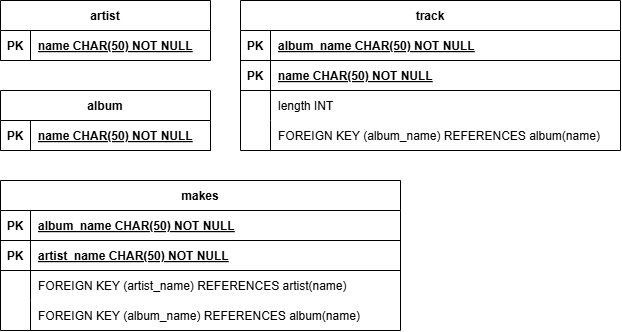
The draw.io diagram Lab_04/task1.png in wkwtfigo/Databases-Solutions, before a commit. Source tidied: cells renumbered, new cells last; positions are measured from the earlier drawing's top-left corner, leaving out a move shared by most shapes.
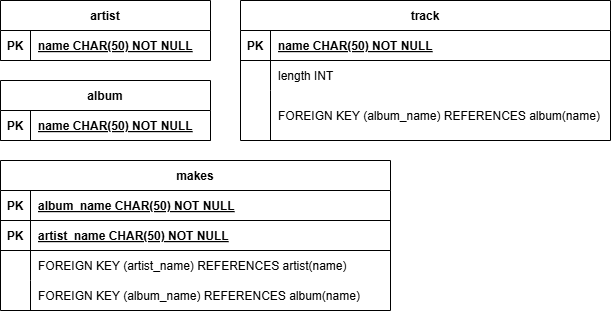
Above is the later version.

Commit message:
Update primary keys for task1

Change to the diagram source:
```diff
@@ -5,104 +5,95 @@
     <mxCell id="2" value="artist" style="shape=table;startSize=30;rowLines=0;fontStyle=1;align=center;" parent="1" vertex="1">
       <mxGeometry width="210" height="60" as="geometry" />
     </mxCell>
-    <mxCell id="3" style="shape=tableRow;horizontal=0;startSize=0;swimlaneHead=0;swimlaneBody=0;fillColor=none;strokeColor=inherit;top=0;left=0;right=0;bottom=1;" parent="2" vertex="1">
-      <mxGeometry y="30" width="210" height="30" as="geometry" />
-    </mxCell>
-    <mxCell id="4" value="PK" style="shape=partialRectangle;overflow=hidden;fillColor=none;strokeColor=inherit;top=0;left=0;bottom=0;right=0;fontStyle=1;" parent="3" vertex="1">
-      <mxGeometry width="30" height="30" as="geometry" />
-    </mxCell>
-    <mxCell id="5" value="name CHAR(50) NOT NULL" style="shape=partialRectangle;overflow=hidden;fillColor=none;align=left;strokeColor=inherit;top=0;left=0;bottom=0;right=0;spacingLeft=6;fontStyle=5;" parent="3" vertex="1">
-      <mxGeometry x="30" width="180" height="30" as="geometry" />
-    </mxCell>
+    <mxCell id="36" style="shape=tableRow;horizontal=0;startSize=0;swimlaneHead=0;swimlaneBody=0;fillColor=none;strokeColor=inherit;top=0;left=0;right=0;bottom=1;" parent="2" vertex="1">
+      <mxGeometry y="30" width="210" height="30" as="geometry" />
+    </mxCell>
+    <mxCell id="37" value="PK" style="shape=partialRectangle;overflow=hidden;fillColor=none;strokeColor=inherit;top=0;left=0;bottom=0;right=0;fontStyle=1;" parent="36" vertex="1">
+      <mxGeometry width="30" height="30" as="geometry" />
+    </mxCell>
+    <mxCell id="38" value="name CHAR(50) NOT NULL" style="shape=partialRectangle;overflow=hidden;fillColor=none;align=left;strokeColor=inherit;top=0;left=0;bottom=0;right=0;spacingLeft=6;fontStyle=5;" parent="36" vertex="1">
+      <mxGeometry x="30" width="180" height="30" as="geometry" />
+    </mxCell>
     <mxCell id="6" value="album" style="shape=table;startSize=30;rowLines=0;fontStyle=1;align=center;" parent="1" vertex="1">
-      <mxGeometry y="90" width="210" height="60" as="geometry" />
+      <mxGeometry y="80" width="210" height="60" as="geometry" />
     </mxCell>
-    <mxCell id="7" style="shape=tableRow;horizontal=0;startSize=0;swimlaneHead=0;swimlaneBody=0;fillColor=none;strokeColor=inherit;top=0;left=0;right=0;bottom=1;" parent="6" vertex="1">
-      <mxGeometry y="30" width="210" height="30" as="geometry" />
-    </mxCell>
-    <mxCell id="8" value="PK" style="shape=partialRectangle;overflow=hidden;fillColor=none;strokeColor=inherit;top=0;left=0;bottom=0;right=0;fontStyle=1;" parent="7" vertex="1">
-      <mxGeometry width="30" height="30" as="geometry" />
-    </mxCell>
-    <mxCell id="9" value="name CHAR(50) NOT NULL" style="shape=partialRectangle;overflow=hidden;fillColor=none;align=left;strokeColor=inherit;top=0;left=0;bottom=0;right=0;spacingLeft=6;fontStyle=5;" parent="7" vertex="1">
-      <mxGeometry x="30" width="180" height="30" as="geometry" />
-    </mxCell>
+    <mxCell id="39" style="shape=tableRow;horizontal=0;startSize=0;swimlaneHead=0;swimlaneBody=0;fillColor=none;strokeColor=inherit;top=0;left=0;right=0;bottom=1;" parent="6" vertex="1">
+      <mxGeometry y="30" width="210" height="30" as="geometry" />
+    </mxCell>
+    <mxCell id="40" value="PK" style="shape=partialRectangle;overflow=hidden;fillColor=none;strokeColor=inherit;top=0;left=0;bottom=0;right=0;fontStyle=1;" parent="39" vertex="1">
+      <mxGeometry width="30" height="30" as="geometry" />
+    </mxCell>
+    <mxCell id="41" value="name CHAR(50) NOT NULL" style="shape=partialRectangle;overflow=hidden;fillColor=none;align=left;strokeColor=inherit;top=0;left=0;bottom=0;right=0;spacingLeft=6;fontStyle=5;" parent="39" vertex="1">
+      <mxGeometry x="30" width="180" height="30" as="geometry" />
+    </mxCell>
     <mxCell id="10" value="track" style="shape=table;startSize=30;rowLines=0;fontStyle=1;align=center;" parent="1" vertex="1">
-      <mxGeometry x="240" width="380" height="150" as="geometry" />
+      <mxGeometry x="240" width="370" height="140" as="geometry" />
     </mxCell>
-    <mxCell id="11" style="shape=tableRow;horizontal=0;startSize=0;swimlaneHead=0;swimlaneBody=0;fillColor=none;strokeColor=inherit;top=0;left=0;right=0;bottom=1;" parent="10" vertex="1">
-      <mxGeometry y="30" width="380" height="30" as="geometry" />
-    </mxCell>
-    <mxCell id="12" value="PK" style="shape=partialRectangle;overflow=hidden;fillColor=none;strokeColor=inherit;top=0;left=0;bottom=0;right=0;fontStyle=1;" parent="11" vertex="1">
-      <mxGeometry width="30" height="30" as="geometry" />
-    </mxCell>
-    <mxCell id="13" value="album_name CHAR(50) NOT NULL" style="shape=partialRectangle;overflow=hidden;fillColor=none;align=left;strokeColor=inherit;top=0;left=0;bottom=0;right=0;spacingLeft=6;fontStyle=5;" parent="11" vertex="1">
-      <mxGeometry x="30" width="350" height="30" as="geometry" />
-    </mxCell>
-    <mxCell id="14" style="shape=tableRow;horizontal=0;startSize=0;swimlaneHead=0;swimlaneBody=0;fillColor=none;strokeColor=inherit;top=0;left=0;right=0;bottom=1;" parent="10" vertex="1">
-      <mxGeometry y="60" width="380" height="30" as="geometry" />
-    </mxCell>
-    <mxCell id="15" value="PK" style="shape=partialRectangle;overflow=hidden;fillColor=none;strokeColor=inherit;top=0;left=0;bottom=0;right=0;fontStyle=1;" parent="14" vertex="1">
-      <mxGeometry width="30" height="30" as="geometry" />
-    </mxCell>
+    <mxCell id="42" style="shape=tableRow;horizontal=0;startSize=0;swimlaneHead=0;swimlaneBody=0;fillColor=none;strokeColor=inherit;top=0;left=0;right=0;bottom=1;" parent="10" vertex="1">
+      <mxGeometry y="30" width="370" height="30" as="geometry" />
+    </mxCell>
+    <mxCell id="43" value="PK" style="shape=partialRectangle;overflow=hidden;fillColor=none;strokeColor=inherit;top=0;left=0;bottom=0;right=0;fontStyle=1;" parent="42" vertex="1">
+      <mxGeometry width="30" height="30" as="geometry" />
+    </mxCell>
-    <mxCell id="16" value="name CHAR(50) NOT NULL " style="shape=partialRectangle;overflow=hidden;fillColor=none;align=left;strokeColor=inherit;top=0;left=0;bottom=0;right=0;spacingLeft=6;fontStyle=5;" parent="14" vertex="1">
-      <mxGeometry x="30" width="350" height="30" as="geometry" />
+    <mxCell id="16" value="name CHAR(50) NOT NULL " style="shape=partialRectangle;overflow=hidden;fillColor=none;align=left;strokeColor=inherit;top=0;left=0;bottom=0;right=0;spacingLeft=6;fontStyle=5;" parent="42" vertex="1">
+      <mxGeometry x="30" width="340" height="30" as="geometry" />
     </mxCell>
-    <mxCell id="17" style="shape=tableRow;horizontal=0;startSize=0;swimlaneHead=0;swimlaneBody=0;fillColor=none;strokeColor=inherit;top=0;left=0;right=0;bottom=0;" parent="10" vertex="1">
-      <mxGeometry y="90" width="380" height="30" as="geometry" />
-    </mxCell>
-    <mxCell id="18" style="shape=partialRectangle;overflow=hidden;fillColor=none;strokeColor=inherit;top=0;left=0;bottom=0;right=0;" parent="17" vertex="1">
-      <mxGeometry width="30" height="30" as="geometry" />
-    </mxCell>
+    <mxCell id="44" style="shape=tableRow;horizontal=0;startSize=0;swimlaneHead=0;swimlaneBody=0;fillColor=none;strokeColor=inherit;top=0;left=0;right=0;bottom=0;" parent="10" vertex="1">
+      <mxGeometry y="60" width="370" height="30" as="geometry" />
+    </mxCell>
+    <mxCell id="45" style="shape=partialRectangle;overflow=hidden;fillColor=none;strokeColor=inherit;top=0;left=0;bottom=0;right=0;" parent="44" vertex="1">
+      <mxGeometry width="30" height="30" as="geometry" />
+    </mxCell>
-    <mxCell id="19" value="length INT" style="shape=partialRectangle;overflow=hidden;fillColor=none;align=left;strokeColor=inherit;top=0;left=0;bottom=0;right=0;spacingLeft=6;" parent="17" vertex="1">
-      <mxGeometry x="30" width="350" height="30" as="geometry" />
+    <mxCell id="19" value="length INT" style="shape=partialRectangle;overflow=hidden;fillColor=none;align=left;strokeColor=inherit;top=0;left=0;bottom=0;right=0;spacingLeft=6;" parent="44" vertex="1">
+      <mxGeometry x="30" width="340" height="30" as="geometry" />
     </mxCell>
-    <mxCell id="20" style="shape=tableRow;horizontal=0;startSize=0;swimlaneHead=0;swimlaneBody=0;fillColor=none;strokeColor=inherit;top=0;left=0;right=0;bottom=0;" parent="10" vertex="1">
-      <mxGeometry y="120" width="380" height="30" as="geometry" />
-    </mxCell>
-    <mxCell id="21" style="shape=partialRectangle;overflow=hidden;fillColor=none;strokeColor=inherit;top=0;left=0;bottom=0;right=0;" parent="20" vertex="1">
-      <mxGeometry width="30" height="30" as="geometry" />
-    </mxCell>
-    <mxCell id="22" value="FOREIGN KEY (album_name) REFERENCES album(name)" style="shape=partialRectangle;overflow=hidden;fillColor=none;align=left;strokeColor=inherit;top=0;left=0;bottom=0;right=0;spacingLeft=6;" parent="20" vertex="1">
-      <mxGeometry x="30" width="350" height="30" as="geometry" />
-    </mxCell>
+    <mxCell id="46" style="shape=tableRow;horizontal=0;startSize=0;swimlaneHead=0;swimlaneBody=0;fillColor=none;strokeColor=inherit;top=0;left=0;right=0;bottom=0;" parent="10" vertex="1">
+      <mxGeometry y="90" width="370" height="50" as="geometry" />
+    </mxCell>
+    <mxCell id="47" style="shape=partialRectangle;overflow=hidden;fillColor=none;strokeColor=inherit;top=0;left=0;bottom=0;right=0;" parent="46" vertex="1">
+      <mxGeometry width="30" height="50" as="geometry" />
+    </mxCell>
+    <mxCell id="48" value="FOREIGN KEY (album_name) REFERENCES album(name)" style="shape=partialRectangle;overflow=hidden;fillColor=none;align=left;strokeColor=inherit;top=0;left=0;bottom=0;right=0;spacingLeft=6;" parent="46" vertex="1">
+      <mxGeometry x="30" width="340" height="50" as="geometry" />
+    </mxCell>
     <mxCell id="23" value="makes" style="shape=table;startSize=30;rowLines=0;fontStyle=1;align=center;" parent="1" vertex="1">
-      <mxGeometry y="180" width="400" height="150" as="geometry" />
+      <mxGeometry y="160" width="390" height="150" as="geometry" />
     </mxCell>
-    <mxCell id="24" style="shape=tableRow;horizontal=0;startSize=0;swimlaneHead=0;swimlaneBody=0;fillColor=none;strokeColor=inherit;top=0;left=0;right=0;bottom=1;" parent="23" vertex="1">
-      <mxGeometry y="30" width="400" height="30" as="geometry" />
-    </mxCell>
-    <mxCell id="25" value="PK" style="shape=partialRectangle;overflow=hidden;fillColor=none;strokeColor=inherit;top=0;left=0;bottom=0;right=0;fontStyle=1;" parent="24" vertex="1">
-      <mxGeometry width="30" height="30" as="geometry" />
-    </mxCell>
+    <mxCell id="49" style="shape=tableRow;horizontal=0;startSize=0;swimlaneHead=0;swimlaneBody=0;fillColor=none;strokeColor=inherit;top=0;left=0;right=0;bottom=1;" parent="23" vertex="1">
+      <mxGeometry y="30" width="390" height="30" as="geometry" />
+    </mxCell>
+    <mxCell id="50" value="PK" style="shape=partialRectangle;overflow=hidden;fillColor=none;strokeColor=inherit;top=0;left=0;bottom=0;right=0;fontStyle=1;" parent="49" vertex="1">
+      <mxGeometry width="30" height="30" as="geometry" />
+    </mxCell>
-    <mxCell id="26" value="album_name CHAR(50) NOT NULL " style="shape=partialRectangle;overflow=hidden;fillColor=none;align=left;strokeColor=inherit;top=0;left=0;bottom=0;right=0;spacingLeft=6;fontStyle=5;" parent="24" vertex="1">
-      <mxGeometry x="30" width="370" height="30" as="geometry" />
+    <mxCell id="26" value="album_name CHAR(50) NOT NULL " style="shape=partialRectangle;overflow=hidden;fillColor=none;align=left;strokeColor=inherit;top=0;left=0;bottom=0;right=0;spacingLeft=6;fontStyle=5;" parent="49" vertex="1">
+      <mxGeometry x="30" width="360" height="30" as="geometry" />
     </mxCell>
-    <mxCell id="27" style="shape=tableRow;horizontal=0;startSize=0;swimlaneHead=0;swimlaneBody=0;fillColor=none;strokeColor=inherit;top=0;left=0;right=0;bottom=1;" parent="23" vertex="1">
-      <mxGeometry y="60" width="400" height="30" as="geometry" />
-    </mxCell>
-    <mxCell id="28" value="PK" style="shape=partialRectangle;overflow=hidden;fillColor=none;strokeColor=inherit;top=0;left=0;bottom=0;right=0;fontStyle=1;" parent="27" vertex="1">
-      <mxGeometry width="30" height="30" as="geometry" />
-    </mxCell>
+    <mxCell id="51" style="shape=tableRow;horizontal=0;startSize=0;swimlaneHead=0;swimlaneBody=0;fillColor=none;strokeColor=inherit;top=0;left=0;right=0;bottom=1;" parent="23" vertex="1">
+      <mxGeometry y="60" width="390" height="30" as="geometry" />
+    </mxCell>
+    <mxCell id="52" value="PK" style="shape=partialRectangle;overflow=hidden;fillColor=none;strokeColor=inherit;top=0;left=0;bottom=0;right=0;fontStyle=1;" parent="51" vertex="1">
+      <mxGeometry width="30" height="30" as="geometry" />
+    </mxCell>
-    <mxCell id="29" value="artist_name CHAR(50) NOT NULL " style="shape=partialRectangle;overflow=hidden;fillColor=none;align=left;strokeColor=inherit;top=0;left=0;bottom=0;right=0;spacingLeft=6;fontStyle=5;" parent="27" vertex="1">
-      <mxGeometry x="30" width="370" height="30" as="geometry" />
+    <mxCell id="29" value="artist_name CHAR(50) NOT NULL " style="shape=partialRectangle;overflow=hidden;fillColor=none;align=left;strokeColor=inherit;top=0;left=0;bottom=0;right=0;spacingLeft=6;fontStyle=5;" parent="51" vertex="1">
+      <mxGeometry x="30" width="360" height="30" as="geometry" />
     </mxCell>
-    <mxCell id="30" style="shape=tableRow;horizontal=0;startSize=0;swimlaneHead=0;swimlaneBody=0;fillColor=none;strokeColor=inherit;top=0;left=0;right=0;bottom=0;" parent="23" vertex="1">
-      <mxGeometry y="90" width="400" height="30" as="geometry" />
-    </mxCell>
-    <mxCell id="31" style="shape=partialRectangle;overflow=hidden;fillColor=none;strokeColor=inherit;top=0;left=0;bottom=0;right=0;" parent="30" vertex="1">
-      <mxGeometry width="30" height="30" as="geometry" />
-    </mxCell>
+    <mxCell id="53" style="shape=tableRow;horizontal=0;startSize=0;swimlaneHead=0;swimlaneBody=0;fillColor=none;strokeColor=inherit;top=0;left=0;right=0;bottom=0;" parent="23" vertex="1">
+      <mxGeometry y="90" width="390" height="30" as="geometry" />
+    </mxCell>
+    <mxCell id="54" style="shape=partialRectangle;overflow=hidden;fillColor=none;strokeColor=inherit;top=0;left=0;bottom=0;right=0;" parent="53" vertex="1">
+      <mxGeometry width="30" height="30" as="geometry" />
+    </mxCell>
-    <mxCell id="32" value="FOREIGN KEY (artist_name) REFERENCES artist(name)" style="shape=partialRectangle;overflow=hidden;fillColor=none;align=left;strokeColor=inherit;top=0;left=0;bottom=0;right=0;spacingLeft=6;" parent="30" vertex="1">
-      <mxGeometry x="30" width="370" height="30" as="geometry" />
+    <mxCell id="32" value="FOREIGN KEY (artist_name) REFERENCES artist(name)" style="shape=partialRectangle;overflow=hidden;fillColor=none;align=left;strokeColor=inherit;top=0;left=0;bottom=0;right=0;spacingLeft=6;" parent="53" vertex="1">
+      <mxGeometry x="30" width="360" height="30" as="geometry" />
     </mxCell>
-    <mxCell id="33" style="shape=tableRow;horizontal=0;startSize=0;swimlaneHead=0;swimlaneBody=0;fillColor=none;strokeColor=inherit;top=0;left=0;right=0;bottom=0;" parent="23" vertex="1">
-      <mxGeometry y="120" width="400" height="30" as="geometry" />
-    </mxCell>
-    <mxCell id="34" style="shape=partialRectangle;overflow=hidden;fillColor=none;strokeColor=inherit;top=0;left=0;bottom=0;right=0;" parent="33" vertex="1">
-      <mxGeometry width="30" height="30" as="geometry" />
-    </mxCell>
-    <mxCell id="35" value="FOREIGN KEY (album_name) REFERENCES album(name)" style="shape=partialRectangle;overflow=hidden;fillColor=none;align=left;strokeColor=inherit;top=0;left=0;bottom=0;right=0;spacingLeft=6;" parent="33" vertex="1">
-      <mxGeometry x="30" width="370" height="30" as="geometry" />
-    </mxCell>
+    <mxCell id="55" style="shape=tableRow;horizontal=0;startSize=0;swimlaneHead=0;swimlaneBody=0;fillColor=none;strokeColor=inherit;top=0;left=0;right=0;bottom=0;" parent="23" vertex="1">
+      <mxGeometry y="120" width="390" height="30" as="geometry" />
+    </mxCell>
+    <mxCell id="56" style="shape=partialRectangle;overflow=hidden;fillColor=none;strokeColor=inherit;top=0;left=0;bottom=0;right=0;" parent="55" vertex="1">
+      <mxGeometry width="30" height="30" as="geometry" />
+    </mxCell>
+    <mxCell id="57" value="FOREIGN KEY (album_name) REFERENCES album(name)" style="shape=partialRectangle;overflow=hidden;fillColor=none;align=left;strokeColor=inherit;top=0;left=0;bottom=0;right=0;spacingLeft=6;" parent="55" vertex="1">
+      <mxGeometry x="30" width="360" height="30" as="geometry" />
+    </mxCell>
   </root>
 </mxGraphModel>
```
